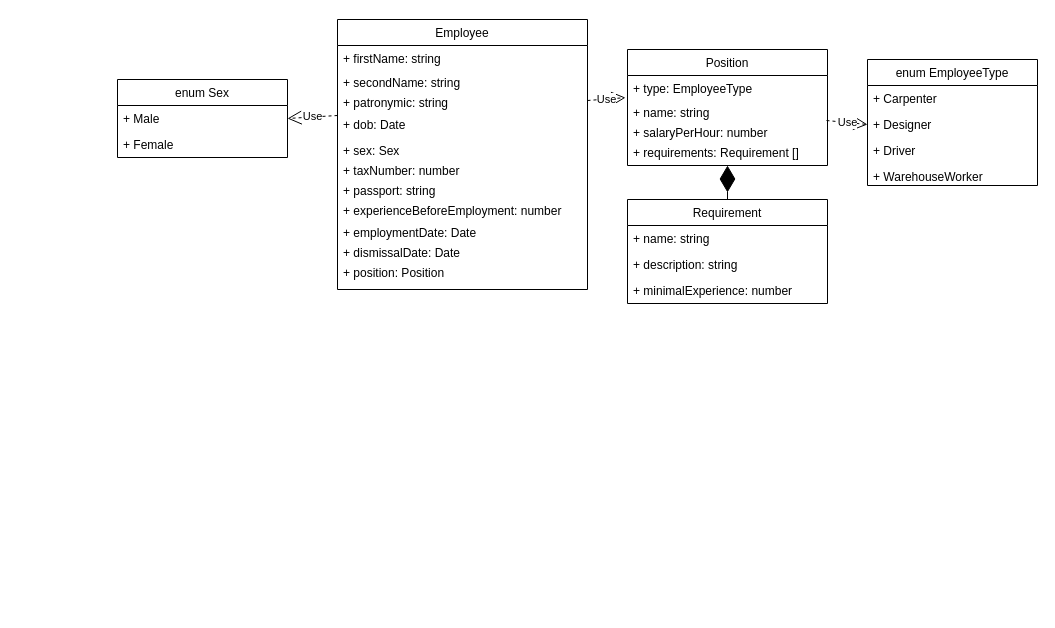
CloudOpsMaster/factoryBusinessOptimisation keeps this draw.io diagram as HR/hr.drawio. Above is the earlier version. Source tidied: cells renumbered, new cells numbered last; positions are measured from the earlier drawing's top-left corner, leaving out a move shared by most shapes. Both pictures are drawn from the tidied source at 100%, with x=0, y=0 at pixel (117, 19).
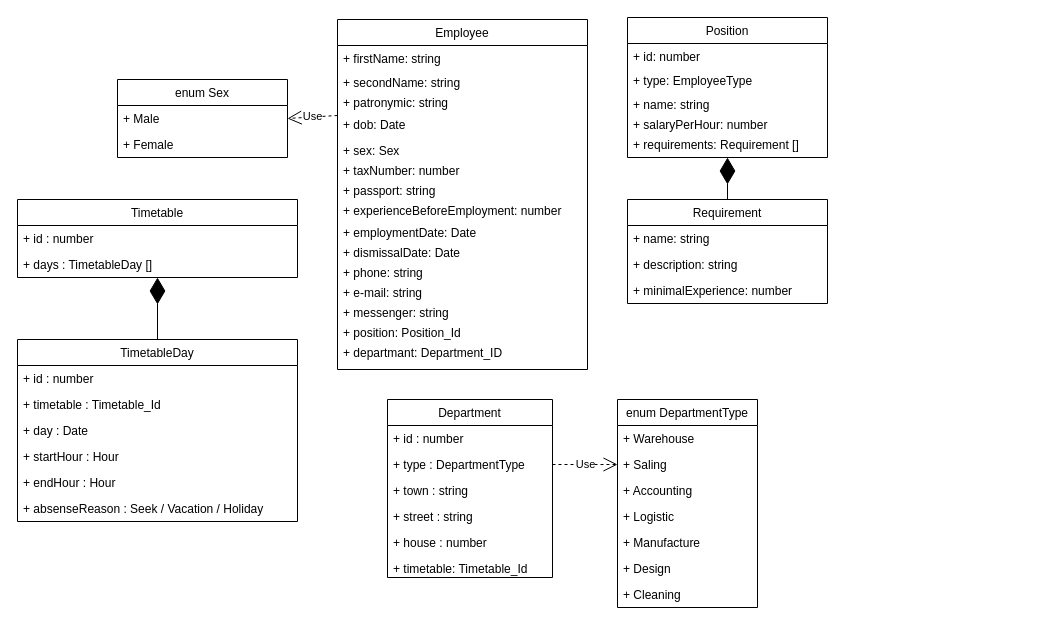
After the change.

Commit message:
HR: timetable, contacts, departments

Unchanged cells that the change refers to:
```xml
<mxCell id="5" value="+ patronymic: string" style="text;strokeColor=none;fillColor=none;align=left;verticalAlign=top;spacingLeft=4;spacingRight=4;overflow=hidden;points=[[0,0.5],[1,0.5]];portConstraint=eastwest;" parent="2" vertex="1">
  <mxGeometry y="70" width="250" height="22" as="geometry" />
</mxCell>
```

What changed in the source:
```diff
@@
     <mxCell id="2" value="Employee" style="swimlane;fontStyle=0;horizontal=1;startSize=26;fillColor=none;" parent="1" vertex="1">
-      <mxGeometry x="220" width="250" height="270" as="geometry" />
+      <mxGeometry x="220" width="250" height="350" as="geometry" />
     </mxCell>
@@
+    <mxCell id="35" value="+ phone: string" style="text;strokeColor=none;fillColor=none;align=left;verticalAlign=top;spacingLeft=4;spacingRight=4;overflow=hidden;" parent="2" vertex="1">
+      <mxGeometry y="240" width="250" height="20" as="geometry" />
+    </mxCell>
+    <mxCell id="36" value="+ e-mail: string" style="text;strokeColor=none;fillColor=none;align=left;verticalAlign=top;spacingLeft=4;spacingRight=4;overflow=hidden;" parent="2" vertex="1">
+      <mxGeometry y="260" width="250" height="20" as="geometry" />
+    </mxCell>
+    <mxCell id="37" value="+ messenger: string" style="text;strokeColor=none;fillColor=none;align=left;verticalAlign=top;spacingLeft=4;spacingRight=4;overflow=hidden;" parent="2" vertex="1">
+      <mxGeometry y="280" width="250" height="20" as="geometry" />
+    </mxCell>
-    <mxCell id="13" value="+ position: Position" style="text;strokeColor=none;fillColor=none;align=left;verticalAlign=top;spacingLeft=4;spacingRight=4;overflow=hidden;" parent="2" vertex="1">
-      <mxGeometry y="240" width="250" height="30" as="geometry" />
+    <mxCell id="13" value="+ position: Position_Id" style="text;strokeColor=none;fillColor=none;align=left;verticalAlign=top;spacingLeft=4;spacingRight=4;overflow=hidden;" parent="2" vertex="1">
+      <mxGeometry y="300" width="250" height="20" as="geometry" />
     </mxCell>
+    <mxCell id="38" value="+ departmant: Department_ID" style="text;strokeColor=none;fillColor=none;align=left;verticalAlign=top;spacingLeft=4;spacingRight=4;overflow=hidden;" parent="2" vertex="1">
+      <mxGeometry y="320" width="250" height="30" as="geometry" />
+    </mxCell>
@@
-    <mxCell id="18" value="enum EmployeeType" style="swimlane;fontStyle=0;horizontal=1;startSize=26;fillColor=none;" parent="1" vertex="1">
-      <mxGeometry x="750" y="40" width="170" height="126" as="geometry" />
-    </mxCell>
-    <mxCell id="19" value="+ Carpenter" style="text;strokeColor=none;fillColor=none;align=left;verticalAlign=top;spacingLeft=4;spacingRight=4;overflow=hidden;" parent="18" vertex="1">
-      <mxGeometry y="26" width="170" height="26" as="geometry" />
-    </mxCell>
-    <mxCell id="20" value="+ Designer" style="text;strokeColor=none;fillColor=none;align=left;verticalAlign=top;spacingLeft=4;spacingRight=4;overflow=hidden;points=[[0,0.5],[1,0.5]];portConstraint=eastwest;" parent="18" vertex="1">
-      <mxGeometry y="52" width="170" height="26" as="geometry" />
-    </mxCell>
-    <mxCell id="21" value="+ Driver" style="text;strokeColor=none;fillColor=none;align=left;verticalAlign=top;spacingLeft=4;spacingRight=4;overflow=hidden;" parent="18" vertex="1">
-      <mxGeometry y="78" width="170" height="26" as="geometry" />
-    </mxCell>
-    <mxCell id="22" value="+ WarehouseWorker" style="text;strokeColor=none;fillColor=none;align=left;verticalAlign=top;spacingLeft=4;spacingRight=4;overflow=hidden;" parent="18" vertex="1">
-      <mxGeometry y="104" width="170" height="22" as="geometry" />
-    </mxCell>
     <mxCell id="23" value="Position" style="swimlane;fontStyle=0;horizontal=1;startSize=26;fillColor=none;" parent="1" vertex="1">
-      <mxGeometry x="510" y="30" width="200" height="116" as="geometry" />
+      <mxGeometry x="510" y="-2" width="200" height="140" as="geometry" />
     </mxCell>
-    <mxCell id="24" value="+ type: EmployeeType" style="text;strokeColor=none;fillColor=none;align=left;verticalAlign=top;spacingLeft=4;spacingRight=4;overflow=hidden;points=[[0,0.5],[1,0.5]];portConstraint=eastwest;" parent="23" vertex="1">
+    <mxCell id="24" value="+ id: number" style="text;strokeColor=none;fillColor=none;align=left;verticalAlign=top;spacingLeft=4;spacingRight=4;overflow=hidden;points=[[0,0.5],[1,0.5]];portConstraint=eastwest;" parent="23" vertex="1">
       <mxGeometry y="26" width="200" height="24" as="geometry" />
     </mxCell>
+    <mxCell id="39" value="+ type: EmployeeType" style="text;strokeColor=none;fillColor=none;align=left;verticalAlign=top;spacingLeft=4;spacingRight=4;overflow=hidden;" parent="23" vertex="1">
+      <mxGeometry y="50" width="200" height="24" as="geometry" />
+    </mxCell>
     <mxCell id="25" value="+ name: string" style="text;strokeColor=none;fillColor=none;align=left;verticalAlign=top;spacingLeft=4;spacingRight=4;overflow=hidden;" parent="23" vertex="1">
-      <mxGeometry y="50" width="200" height="20" as="geometry" />
+      <mxGeometry y="74" width="200" height="20" as="geometry" />
     </mxCell>
     <mxCell id="26" value="+ salaryPerHour: number" style="text;strokeColor=none;fillColor=none;align=left;verticalAlign=top;spacingLeft=4;spacingRight=4;overflow=hidden;points=[[0,0.5],[1,0.5]];portConstraint=eastwest;" parent="23" vertex="1">
-      <mxGeometry y="70" width="200" height="20" as="geometry" />
+      <mxGeometry y="94" width="200" height="20" as="geometry" />
     </mxCell>
     <mxCell id="27" value="+ requirements: Requirement []" style="text;strokeColor=none;fillColor=none;align=left;verticalAlign=top;spacingLeft=4;spacingRight=4;overflow=hidden;points=[[0,0.5],[1,0.5]];portConstraint=eastwest;" parent="23" vertex="1">
-      <mxGeometry y="90" width="200" height="26" as="geometry" />
+      <mxGeometry y="114" width="200" height="26" as="geometry" />
     </mxCell>
@@
-    <mxCell id="33" value="Use" style="endArrow=open;endSize=12;dashed=1;html=1;exitX=1;exitY=0.5;exitDx=0;exitDy=0;entryX=-0.01;entryY=0.923;entryDx=0;entryDy=0;entryPerimeter=0;" parent="1" edge="1" source="5" target="24">
-      <mxGeometry relative="1" as="geometry" />
-    </mxCell>
-    <mxCell id="34" value="Use" style="endArrow=open;endSize=12;dashed=1;html=1;exitX=0.995;exitY=0.05;exitDx=0;exitDy=0;entryX=0;entryY=0.5;entryDx=0;entryDy=0;exitPerimeter=0;" parent="1" edge="1" source="26" target="20">
-      <mxGeometry relative="1" as="geometry" />
-    </mxCell>
+    <mxCell id="40" value="Department" style="swimlane;fontStyle=0;horizontal=1;startSize=26;fillColor=none;" parent="1" vertex="1">
+      <mxGeometry x="270" y="380" width="165" height="178" as="geometry" />
+    </mxCell>
+    <mxCell id="41" value="+ id : number" style="text;strokeColor=none;fillColor=none;align=left;verticalAlign=top;spacingLeft=4;spacingRight=4;overflow=hidden;" parent="40" vertex="1">
+      <mxGeometry y="26" width="165" height="26" as="geometry" />
+    </mxCell>
+    <mxCell id="42" value="+ type : DepartmentType" style="text;strokeColor=none;fillColor=none;align=left;verticalAlign=top;spacingLeft=4;spacingRight=4;overflow=hidden;points=[[0,0.5],[1,0.5]];portConstraint=eastwest;" parent="40" vertex="1">
+      <mxGeometry y="52" width="165" height="26" as="geometry" />
+    </mxCell>
+    <mxCell id="43" value="+ town : string" style="text;strokeColor=none;fillColor=none;align=left;verticalAlign=top;spacingLeft=4;spacingRight=4;overflow=hidden;" parent="40" vertex="1">
+      <mxGeometry y="78" width="165" height="26" as="geometry" />
+    </mxCell>
+    <mxCell id="44" value="+ street : string" style="text;strokeColor=none;fillColor=none;align=left;verticalAlign=top;spacingLeft=4;spacingRight=4;overflow=hidden;" parent="40" vertex="1">
+      <mxGeometry y="104" width="165" height="26" as="geometry" />
+    </mxCell>
+    <mxCell id="45" value="+ house : number" style="text;strokeColor=none;fillColor=none;align=left;verticalAlign=top;spacingLeft=4;spacingRight=4;overflow=hidden;" parent="40" vertex="1">
+      <mxGeometry y="130" width="165" height="26" as="geometry" />
+    </mxCell>
+    <mxCell id="46" value="+ timetable: Timetable_Id" style="text;strokeColor=none;fillColor=none;align=left;verticalAlign=top;spacingLeft=4;spacingRight=4;overflow=hidden;" parent="40" vertex="1">
+      <mxGeometry y="156" width="165" height="22" as="geometry" />
+    </mxCell>
+    <mxCell id="47" value="enum DepartmentType" style="swimlane;fontStyle=0;horizontal=1;startSize=26;fillColor=none;" parent="1" vertex="1">
+      <mxGeometry x="500" y="380" width="140" height="208" as="geometry" />
+    </mxCell>
+    <mxCell id="48" value="+ Warehouse" style="text;strokeColor=none;fillColor=none;align=left;verticalAlign=top;spacingLeft=4;spacingRight=4;overflow=hidden;" parent="47" vertex="1">
+      <mxGeometry y="26" width="140" height="26" as="geometry" />
+    </mxCell>
+    <mxCell id="49" value="+ Saling" style="text;strokeColor=none;fillColor=none;align=left;verticalAlign=top;spacingLeft=4;spacingRight=4;overflow=hidden;points=[[0,0.5],[1,0.5]];portConstraint=eastwest;" parent="47" vertex="1">
+      <mxGeometry y="52" width="140" height="26" as="geometry" />
+    </mxCell>
+    <mxCell id="50" value="+ Accounting" style="text;strokeColor=none;fillColor=none;align=left;verticalAlign=top;spacingLeft=4;spacingRight=4;overflow=hidden;" parent="47" vertex="1">
+      <mxGeometry y="78" width="140" height="26" as="geometry" />
+    </mxCell>
+    <mxCell id="51" value="+ Logistic" style="text;strokeColor=none;fillColor=none;align=left;verticalAlign=top;spacingLeft=4;spacingRight=4;overflow=hidden;" parent="47" vertex="1">
+      <mxGeometry y="104" width="140" height="26" as="geometry" />
+    </mxCell>
+    <mxCell id="52" value="+ Manufacture" style="text;strokeColor=none;fillColor=none;align=left;verticalAlign=top;spacingLeft=4;spacingRight=4;overflow=hidden;" parent="47" vertex="1">
+      <mxGeometry y="130" width="140" height="26" as="geometry" />
+    </mxCell>
+    <mxCell id="53" value="+ Design" style="text;strokeColor=none;fillColor=none;align=left;verticalAlign=top;spacingLeft=4;spacingRight=4;overflow=hidden;" parent="47" vertex="1">
+      <mxGeometry y="156" width="140" height="26" as="geometry" />
+    </mxCell>
+    <mxCell id="54" value="+ Cleaning" style="text;strokeColor=none;fillColor=none;align=left;verticalAlign=top;spacingLeft=4;spacingRight=4;overflow=hidden;" parent="47" vertex="1">
+      <mxGeometry y="182" width="140" height="26" as="geometry" />
+    </mxCell>
+    <mxCell id="55" value="Use" style="endArrow=open;endSize=12;dashed=1;html=1;exitX=1;exitY=0.5;exitDx=0;exitDy=0;entryX=0;entryY=0.5;entryDx=0;entryDy=0;" parent="1" edge="1" source="42" target="49">
+      <mxGeometry relative="1" as="geometry" />
+    </mxCell>
+    <mxCell id="56" value="TimetableDay" style="swimlane;fontStyle=0;horizontal=1;startSize=26;fillColor=none;" parent="1" vertex="1">
+      <mxGeometry x="-100" y="320" width="280" height="182" as="geometry" />
+    </mxCell>
+    <mxCell id="57" value="+ id : number" style="text;strokeColor=none;fillColor=none;align=left;verticalAlign=top;spacingLeft=4;spacingRight=4;overflow=hidden;" parent="56" vertex="1">
+      <mxGeometry y="26" width="280" height="26" as="geometry" />
+    </mxCell>
+    <mxCell id="58" value="+ timetable : Timetable_Id" style="text;strokeColor=none;fillColor=none;align=left;verticalAlign=top;spacingLeft=4;spacingRight=4;overflow=hidden;" parent="56" vertex="1">
+      <mxGeometry y="52" width="280" height="26" as="geometry" />
+    </mxCell>
+    <mxCell id="59" value="+ day : Date" style="text;strokeColor=none;fillColor=none;align=left;verticalAlign=top;spacingLeft=4;spacingRight=4;overflow=hidden;" parent="56" vertex="1">
+      <mxGeometry y="78" width="280" height="26" as="geometry" />
+    </mxCell>
+    <mxCell id="60" value="+ startHour : Hour" style="text;strokeColor=none;fillColor=none;align=left;verticalAlign=top;spacingLeft=4;spacingRight=4;overflow=hidden;" parent="56" vertex="1">
+      <mxGeometry y="104" width="280" height="26" as="geometry" />
+    </mxCell>
+    <mxCell id="61" value="+ endHour : Hour" style="text;strokeColor=none;fillColor=none;align=left;verticalAlign=top;spacingLeft=4;spacingRight=4;overflow=hidden;" parent="56" vertex="1">
+      <mxGeometry y="130" width="280" height="26" as="geometry" />
+    </mxCell>
+    <mxCell id="62" value="+ absenseReason : Seek / Vacation / Holiday" style="text;strokeColor=none;fillColor=none;align=left;verticalAlign=top;spacingLeft=4;spacingRight=4;overflow=hidden;" parent="56" vertex="1">
+      <mxGeometry y="156" width="280" height="26" as="geometry" />
+    </mxCell>
+    <mxCell id="63" value="Timetable" style="swimlane;fontStyle=0;horizontal=1;startSize=26;fillColor=none;" parent="1" vertex="1">
+      <mxGeometry x="-100" y="180" width="280" height="78" as="geometry" />
+    </mxCell>
+    <mxCell id="64" value="+ id : number" style="text;strokeColor=none;fillColor=none;align=left;verticalAlign=top;spacingLeft=4;spacingRight=4;overflow=hidden;" parent="63" vertex="1">
+      <mxGeometry y="26" width="280" height="26" as="geometry" />
+    </mxCell>
+    <mxCell id="65" value="+ days : TimetableDay []" style="text;strokeColor=none;fillColor=none;align=left;verticalAlign=top;spacingLeft=4;spacingRight=4;overflow=hidden;points=[[0,0.5],[1,0.5]];portConstraint=eastwest;" parent="63" vertex="1">
+      <mxGeometry y="52" width="280" height="26" as="geometry" />
+    </mxCell>
+    <mxCell id="66" style="endArrow=diamondThin;endFill=1;endSize=24;html=1;exitX=0.5;exitY=0;exitDx=0;exitDy=0;" parent="1" edge="1" source="56" target="65">
+      <mxGeometry relative="1" as="geometry" />
+    </mxCell>
```
